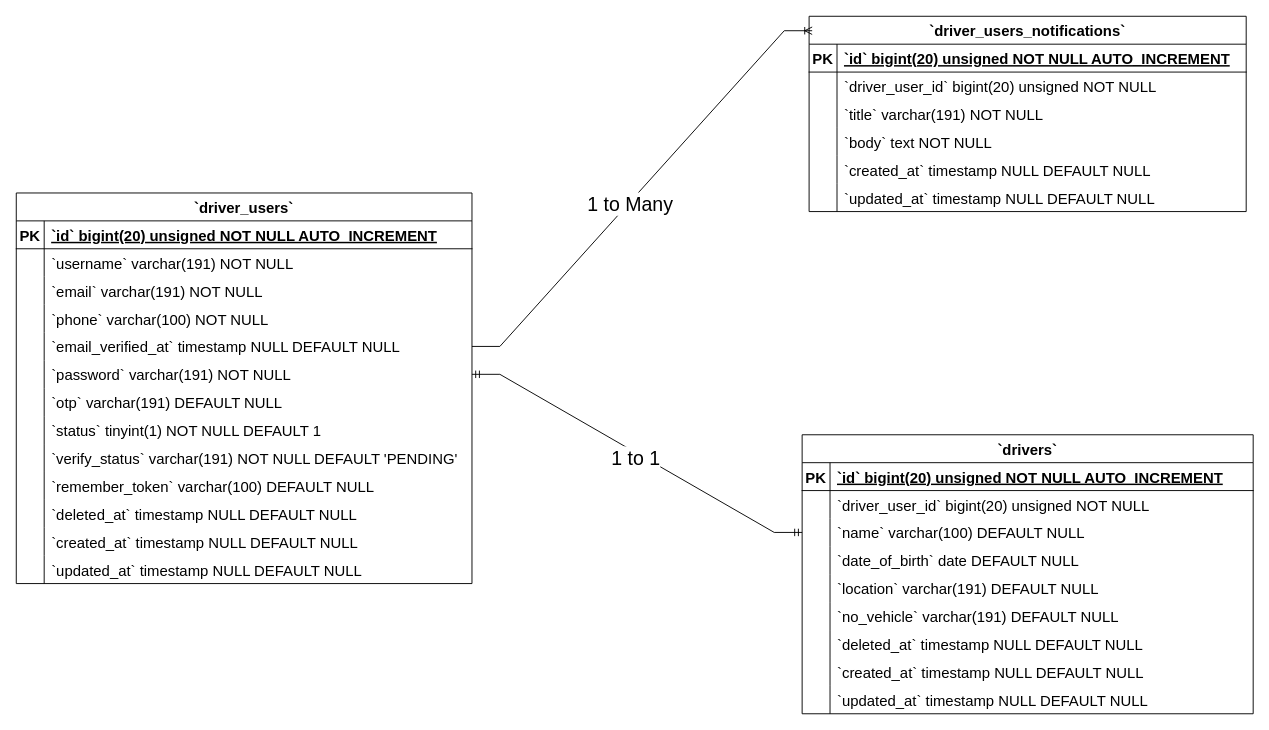
Before: Driver Users ERD Diagram.drawio in Simasco/diagram, a draw.io diagram. Source tidied: cells renumbered, new cells numbered last; positions are measured from the earlier drawing's top-left corner, leaving out a move shared by most shapes. Both pictures are drawn from the tidied source at 93%, with x=0, y=0 at pixel (16, 16).
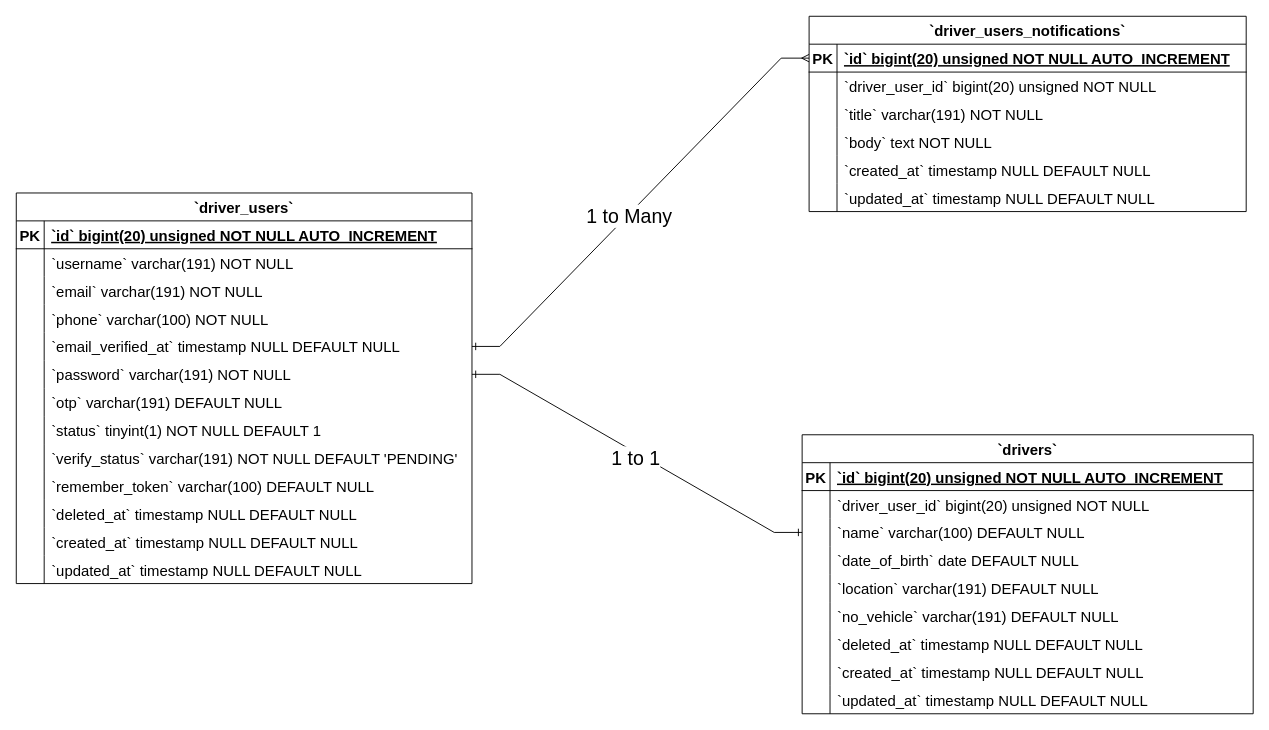
The same diagram, later.

The change refers to these unchanged cells:
```xml
<mxCell id="15" style="shape=tableRow;horizontal=0;startSize=0;swimlaneHead=0;swimlaneBody=0;fillColor=none;points=[[0,0.5],[1,0.5]];portConstraint=eastwest;strokeColor=inherit;top=0;left=0;right=0;bottom=0;fontSize=16;" parent="2" vertex="1">
  <mxGeometry y="150" width="490" height="30" as="geometry" />
</mxCell>
<mxCell id="18" style="shape=tableRow;horizontal=0;startSize=0;swimlaneHead=0;swimlaneBody=0;fillColor=none;points=[[0,0.5],[1,0.5]];portConstraint=eastwest;strokeColor=inherit;top=0;left=0;right=0;bottom=0;fontSize=16;" parent="2" vertex="1">
  <mxGeometry y="180" width="490" height="30" as="geometry" />
</mxCell>
<mxCell id="42" value="`driver_users_notifications`" style="shape=table;startSize=30;childLayout=tableLayout;rowLines=0;fontStyle=1;align=center;fontSize=16;" parent="1" vertex="1">
  <mxGeometry x="852.5" width="470" height="210" as="geometry" />
</mxCell>
<mxCell id="43" style="shape=tableRow;horizontal=0;startSize=0;swimlaneHead=0;swimlaneBody=0;fillColor=none;points=[[0,0.5],[1,0.5]];portConstraint=eastwest;strokeColor=inherit;top=0;left=0;right=0;bottom=1;fontSize=16;" parent="42" vertex="1">
  <mxGeometry y="30" width="470" height="30" as="geometry" />
</mxCell>
<mxCell id="68" style="shape=tableRow;horizontal=0;startSize=0;swimlaneHead=0;swimlaneBody=0;fillColor=none;points=[[0,0.5],[1,0.5]];portConstraint=eastwest;strokeColor=inherit;top=0;left=0;right=0;bottom=0;fontSize=16;" parent="61" vertex="1">
  <mxGeometry y="90" width="485" height="30" as="geometry" />
</mxCell>
```

Diff of the diagram source:
```diff
@@
-    <mxCell id="89" style="edgeStyle=entityRelationEdgeStyle;fontSize=12;html=1;endArrow=ERmandOne;startArrow=ERmandOne;rounded=0;exitX=1;exitY=0.5;exitDx=0;exitDy=0;entryX=0;entryY=0.5;entryDx=0;entryDy=0;" parent="1" edge="1" source="18" target="68">
+    <mxCell id="89" style="edgeStyle=entityRelationEdgeStyle;fontSize=12;html=1;endArrow=ERone;startArrow=ERone;rounded=0;exitX=1;exitY=0.5;exitDx=0;exitDy=0;entryX=0;entryY=0.5;entryDx=0;entryDy=0;startFill=0;endFill=0;" parent="1" edge="1" source="18" target="68">
       <mxGeometry relative="1" as="geometry" />
     </mxCell>
@@
-    <mxCell id="91" style="edgeStyle=entityRelationEdgeStyle;fontSize=12;html=1;endArrow=ERoneToMany;rounded=0;exitX=1;exitY=0.5;exitDx=0;exitDy=0;entryX=0.007;entryY=0.074;entryDx=0;entryDy=0;entryPerimeter=0;" parent="1" edge="1" source="15" target="42">
+    <mxCell id="91" style="edgeStyle=entityRelationEdgeStyle;fontSize=12;html=1;endArrow=ERmany;rounded=0;exitX=1;exitY=0.5;exitDx=0;exitDy=0;entryX=0;entryY=0.5;entryDx=0;entryDy=0;endFill=0;startArrow=ERone;startFill=0;" parent="1" edge="1" source="15" target="43">
       <mxGeometry relative="1" as="geometry" />
     </mxCell>
```
